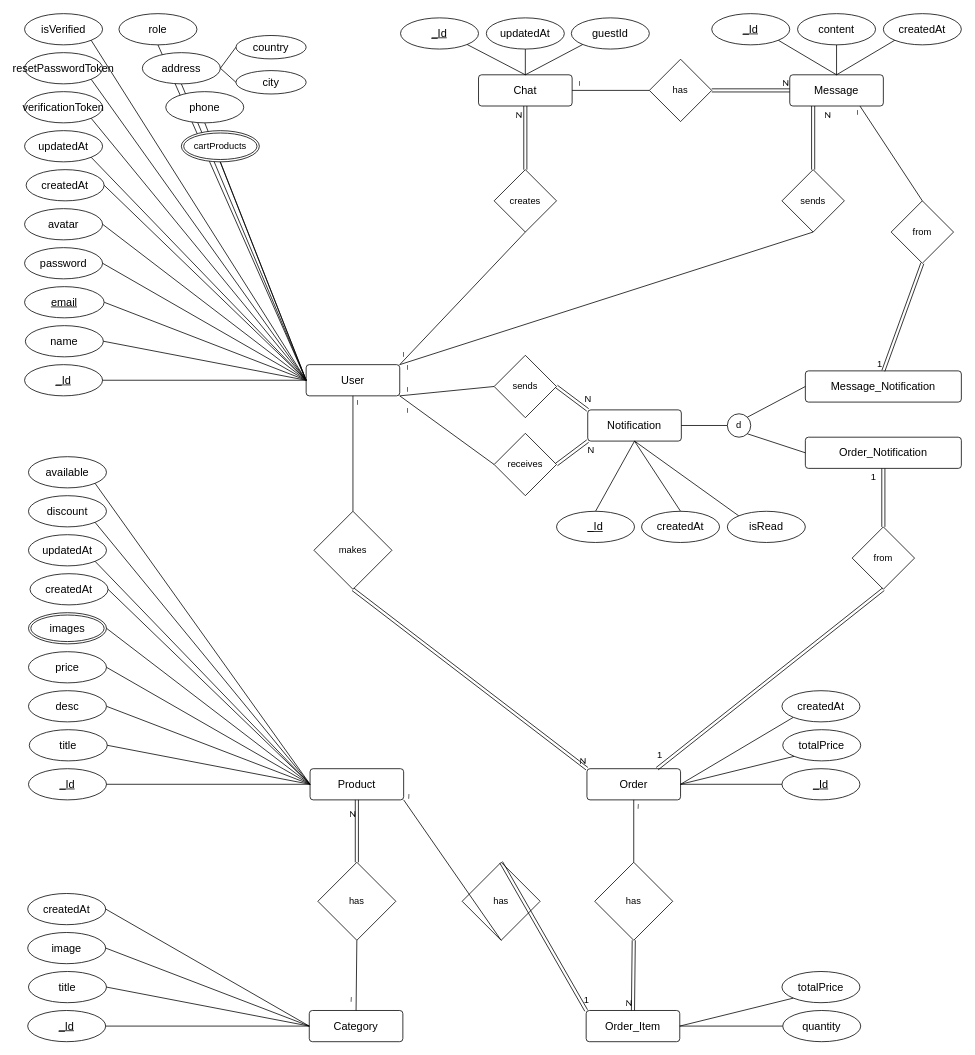
This is page "NestMart_ERD" (1 of 2) of docs/NestMart.drawio from ShirefMohammed/NestMart, a draw.io file, before an edit. Source tidied: cells renumbered, new cells numbered last; positions are measured from the earlier drawing's top-left corner, leaving out a move shared by most shapes. Both pictures are drawn from the tidied source at 78%, with x=0, y=0 at pixel (24, 13).
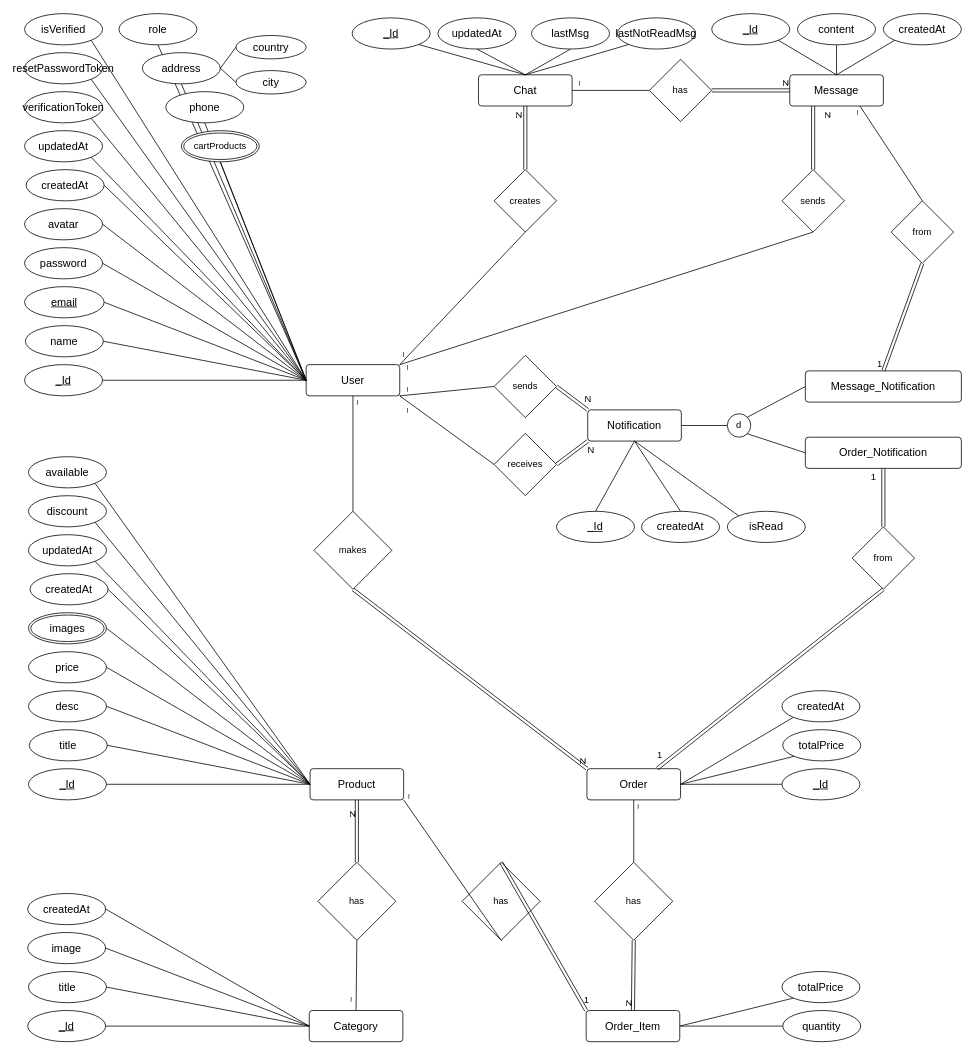
The same page after the edit.

Unchanged cells that the change refers to:
```xml
<mxCell id="92" value="Chat" style="rounded=1;arcSize=10;whiteSpace=wrap;html=1;align=center;fontFamily=cascadia code;fontSize=14;" parent="1" vertex="1">
  <mxGeometry x="582" y="78.4" width="120" height="40" as="geometry" />
</mxCell>
```

Diff of the diagram source:
```diff
@@
     <mxCell id="93" value="_Id" style="ellipse;whiteSpace=wrap;html=1;align=center;fontStyle=4;fontSize=14;" parent="1" vertex="1">
-      <mxGeometry x="482" y="5.4" width="100" height="40" as="geometry" />
+      <mxGeometry x="420" y="5.4" width="100" height="40" as="geometry" />
     </mxCell>
@@
     <mxCell id="95" value="updatedAt" style="ellipse;whiteSpace=wrap;html=1;align=center;fontFamily=cascadia code;fontSize=14;" parent="1" vertex="1">
-      <mxGeometry x="592" y="5.4" width="100" height="40" as="geometry" />
+      <mxGeometry x="530" y="5.4" width="100" height="40" as="geometry" />
     </mxCell>
@@
-    <mxCell id="155" value="guestId" style="ellipse;whiteSpace=wrap;html=1;align=center;fontFamily=cascadia code;fontSize=14;" parent="1" vertex="1">
-      <mxGeometry x="701" y="5.4" width="100" height="40" as="geometry" />
+    <mxCell id="155" value="lastMsg" style="ellipse;whiteSpace=wrap;html=1;align=center;fontFamily=cascadia code;fontSize=14;" parent="1" vertex="1">
+      <mxGeometry x="650" y="5.4" width="100" height="40" as="geometry" />
     </mxCell>
-    <mxCell id="156" style="endArrow=none;html=1;rounded=0;fontFamily=cascadia code;fontSize=14;entryX=0;entryY=1;entryDx=0;entryDy=0;exitX=0.5;exitY=0;exitDx=0;exitDy=0;" parent="1" edge="1" source="92" target="155">
+    <mxCell id="156" style="endArrow=none;html=1;rounded=0;fontFamily=cascadia code;fontSize=14;entryX=0.5;entryY=1;entryDx=0;entryDy=0;exitX=0.5;exitY=0;exitDx=0;exitDy=0;" parent="1" edge="1" source="92" target="155">
       <mxGeometry relative="1" as="geometry" />
     </mxCell>
+    <mxCell id="157" value="lastNotReadMsg" style="ellipse;whiteSpace=wrap;html=1;align=center;fontFamily=cascadia code;fontSize=14;" parent="1" vertex="1">
+      <mxGeometry x="760" y="5.4" width="100" height="40" as="geometry" />
+    </mxCell>
+    <mxCell id="158" style="endArrow=none;html=1;rounded=0;fontFamily=cascadia code;fontSize=14;entryX=0;entryY=1;entryDx=0;entryDy=0;exitX=0.5;exitY=0;exitDx=0;exitDy=0;" parent="1" edge="1" source="92" target="157">
+      <mxGeometry relative="1" as="geometry" />
+    </mxCell>
```
